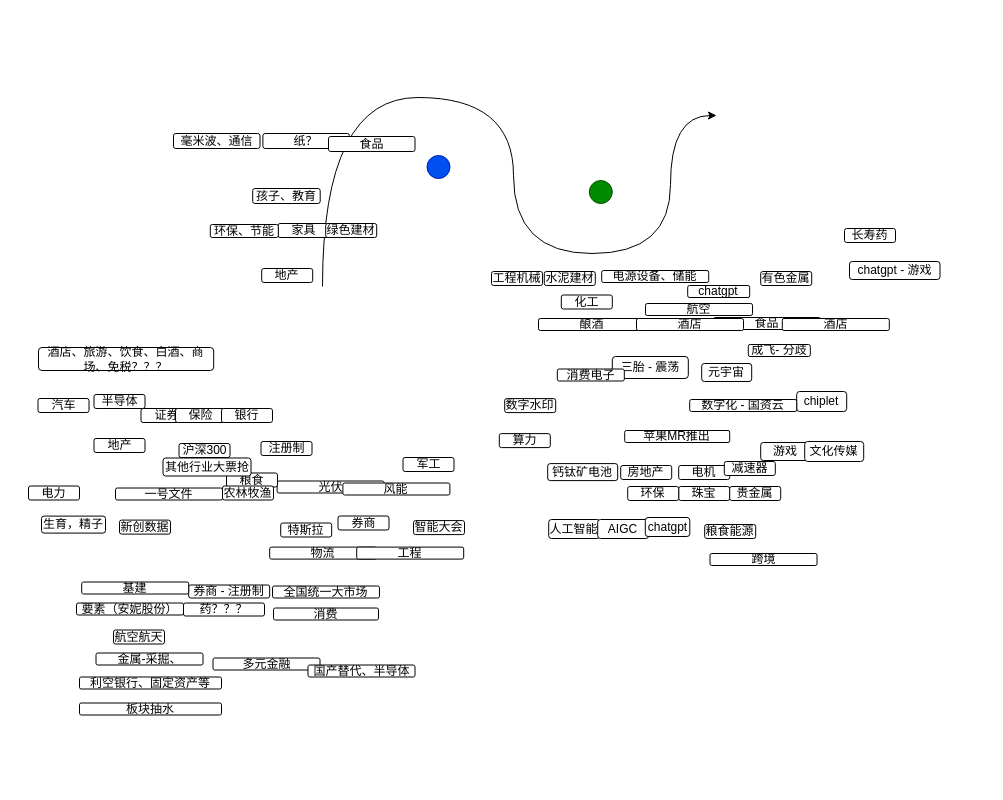
Asamiyaa/microservice-k8s-yun keeps this draw.io diagram as menus/每日头脑风暴.drawio. Above is the earlier version. Source tidied: cells renumbered, new cells numbered last; positions are measured from the earlier drawing's top-left corner, leaving out a move shared by most shapes. Both pictures are drawn from the tidied source at 100%, with x=0, y=0 at pixel (28, 97).
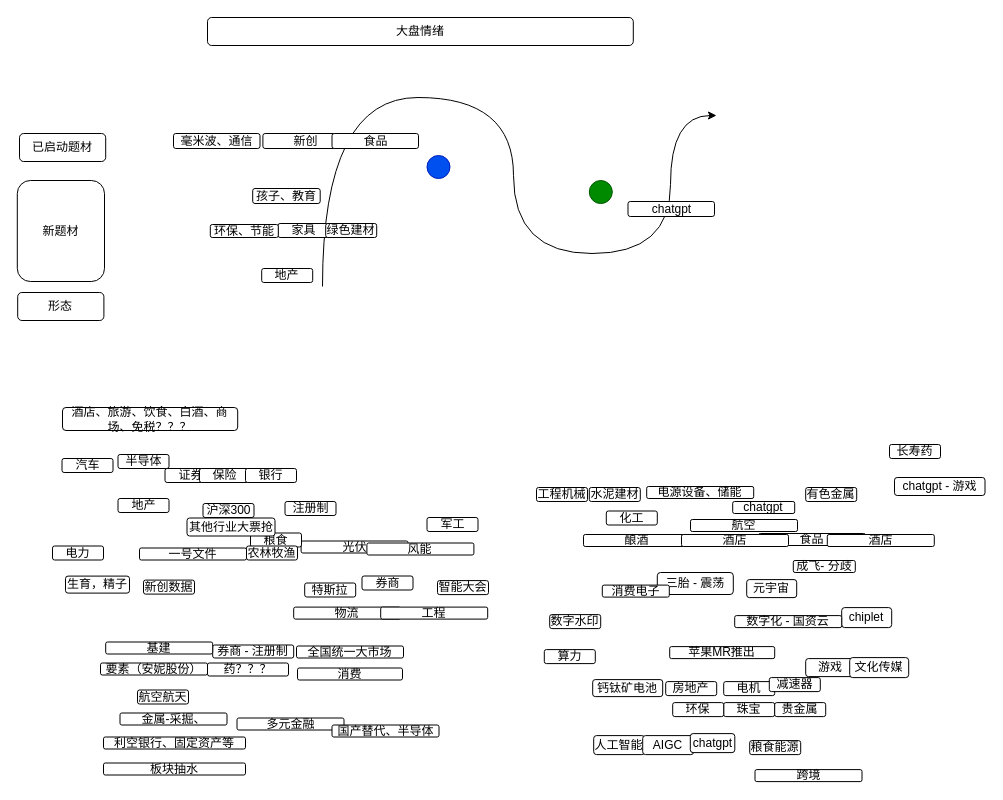
Above is the later version.

Commit message:
更新每日头脑风暴.drawio

Diff of the diagram source:
```diff
@@
     <mxCell id="2" value="人工智能" style="rounded=1;whiteSpace=wrap;html=1;" parent="1" vertex="1">
-      <mxGeometry x="520.2" y="422" width="51" height="19" as="geometry" />
+      <mxGeometry x="565.2" y="638.1" width="51" height="19" as="geometry" />
     </mxCell>
     <mxCell id="3" value="成飞- 分歧" style="rounded=1;whiteSpace=wrap;html=1;" parent="1" vertex="1">
-      <mxGeometry x="719.8" y="247" width="62" height="12" as="geometry" />
+      <mxGeometry x="764.8" y="463" width="62" height="12" as="geometry" />
     </mxCell>
     <mxCell id="4" value="三胎 - 震荡" style="rounded=1;whiteSpace=wrap;html=1;" parent="1" vertex="1">
-      <mxGeometry x="583.8" y="259" width="76" height="22" as="geometry" />
+      <mxGeometry x="628.8" y="475" width="76" height="22" as="geometry" />
     </mxCell>
     <mxCell id="5" value="汽车" style="rounded=1;whiteSpace=wrap;html=1;" parent="1" vertex="1">
-      <mxGeometry x="9.5" y="301" width="51" height="14" as="geometry" />
+      <mxGeometry x="33.5" y="361" width="51" height="14" as="geometry" />
     </mxCell>
@@
     <mxCell id="7" value="券商 - 注册制" style="rounded=1;whiteSpace=wrap;html=1;" parent="1" vertex="1">
-      <mxGeometry x="160.2" y="487.5" width="81" height="13" as="geometry" />
+      <mxGeometry x="184.2" y="547.5" width="81" height="13" as="geometry" />
     </mxCell>
     <mxCell id="8" value="金属-采掘、" style="rounded=1;whiteSpace=wrap;html=1;" parent="1" vertex="1">
-      <mxGeometry x="67.5" y="555.5" width="107" height="12" as="geometry" />
+      <mxGeometry x="91.5" y="615.5" width="107" height="12" as="geometry" />
     </mxCell>
     <mxCell id="9" value="chiplet" style="rounded=1;whiteSpace=wrap;html=1;" parent="1" vertex="1">
-      <mxGeometry x="768.2" y="294" width="50" height="20" as="geometry" />
+      <mxGeometry x="813.2" y="510.1" width="50" height="20" as="geometry" />
     </mxCell>
     <mxCell id="10" value="游戏" style="rounded=1;whiteSpace=wrap;html=1;" parent="1" vertex="1">
-      <mxGeometry x="732.2" y="345" width="50" height="18" as="geometry" />
+      <mxGeometry x="777.2" y="561.1" width="50" height="18" as="geometry" />
     </mxCell>
     <mxCell id="11" value="酒店、旅游、饮食、白酒、商场、免税？？？" style="rounded=1;whiteSpace=wrap;html=1;" parent="1" vertex="1">
-      <mxGeometry x="10" y="250" width="175.2" height="23" as="geometry" />
+      <mxGeometry x="34" y="310" width="175.2" height="23" as="geometry" />
     </mxCell>
     <mxCell id="12" value="要素（安妮股份）" style="rounded=1;whiteSpace=wrap;html=1;" parent="1" vertex="1">
-      <mxGeometry x="48" y="505.5" width="107" height="12" as="geometry" />
+      <mxGeometry x="72" y="565.5" width="107" height="12" as="geometry" />
     </mxCell>
     <mxCell id="13" value="全国统一大市场" style="rounded=1;whiteSpace=wrap;html=1;" parent="1" vertex="1">
-      <mxGeometry x="244" y="488.5" width="107" height="12" as="geometry" />
+      <mxGeometry x="268" y="548.5" width="107" height="12" as="geometry" />
     </mxCell>
     <mxCell id="14" value="多元金融" style="rounded=1;whiteSpace=wrap;html=1;" parent="1" vertex="1">
-      <mxGeometry x="184.5" y="560.5" width="107" height="12" as="geometry" />
+      <mxGeometry x="208.5" y="620.5" width="107" height="12" as="geometry" />
     </mxCell>
     <mxCell id="15" value="跨境" style="rounded=1;whiteSpace=wrap;html=1;" parent="1" vertex="1">
-      <mxGeometry x="681.5" y="456" width="107" height="12" as="geometry" />
+      <mxGeometry x="726.5" y="672.1" width="107" height="12" as="geometry" />
     </mxCell>
     <mxCell id="16" value="国产替代、半导体" style="rounded=1;whiteSpace=wrap;html=1;" parent="1" vertex="1">
-      <mxGeometry x="279.5" y="567.5" width="107" height="12" as="geometry" />
+      <mxGeometry x="303.5" y="627.5" width="107" height="12" as="geometry" />
     </mxCell>
     <mxCell id="17" value="数字化 - 国资云" style="rounded=1;whiteSpace=wrap;html=1;" parent="1" vertex="1">
-      <mxGeometry x="661.2" y="302" width="107" height="12" as="geometry" />
+      <mxGeometry x="706.2" y="518.1" width="107" height="12" as="geometry" />
     </mxCell>
     <mxCell id="18" value="基建" style="rounded=1;whiteSpace=wrap;html=1;" parent="1" vertex="1">
-      <mxGeometry x="53.2" y="484.5" width="107" height="12" as="geometry" />
+      <mxGeometry x="77.2" y="544.5" width="107" height="12" as="geometry" />
     </mxCell>
     <mxCell id="19" value="消费" style="rounded=1;whiteSpace=wrap;html=1;" parent="1" vertex="1">
-      <mxGeometry x="245" y="510.5" width="105" height="12" as="geometry" />
+      <mxGeometry x="269" y="570.5" width="105" height="12" as="geometry" />
     </mxCell>
     <mxCell id="20" value="利空银行、固定资产等" style="rounded=1;whiteSpace=wrap;html=1;" parent="1" vertex="1">
-      <mxGeometry x="51" y="579.5" width="142" height="12" as="geometry" />
+      <mxGeometry x="75" y="639.5" width="142" height="12" as="geometry" />
     </mxCell>
     <mxCell id="21" value="板块抽水" style="rounded=1;whiteSpace=wrap;html=1;" parent="1" vertex="1">
-      <mxGeometry x="51" y="605.5" width="142" height="12" as="geometry" />
+      <mxGeometry x="75" y="665.5" width="142" height="12" as="geometry" />
     </mxCell>
     <mxCell id="22" value="元宇宙" style="rounded=1;whiteSpace=wrap;html=1;" parent="1" vertex="1">
-      <mxGeometry x="673.2" y="266" width="50" height="18" as="geometry" />
+      <mxGeometry x="718.2" y="482.1" width="50" height="18" as="geometry" />
     </mxCell>
     <mxCell id="23" value="消费电子" style="rounded=1;whiteSpace=wrap;html=1;" parent="1" vertex="1">
-      <mxGeometry x="528.8" y="271.5" width="67" height="12" as="geometry" />
+      <mxGeometry x="573.8" y="487.6" width="67" height="12" as="geometry" />
     </mxCell>
     <mxCell id="24" value="药？？？" style="rounded=1;whiteSpace=wrap;html=1;" parent="1" vertex="1">
-      <mxGeometry x="155" y="505.5" width="81" height="13" as="geometry" />
+      <mxGeometry x="179" y="565.5" width="81" height="13" as="geometry" />
     </mxCell>
     <mxCell id="25" value="航空航天" style="rounded=1;whiteSpace=wrap;html=1;" parent="1" vertex="1">
-      <mxGeometry x="85" y="532.5" width="51" height="14" as="geometry" />
+      <mxGeometry x="109" y="592.5" width="51" height="14" as="geometry" />
     </mxCell>
     <mxCell id="26" value="电源设备、储能" style="rounded=1;whiteSpace=wrap;html=1;" parent="1" vertex="1">
-      <mxGeometry x="573.2" y="173" width="107" height="12" as="geometry" />
+      <mxGeometry x="618.2" y="389" width="107" height="12" as="geometry" />
     </mxCell>
     <mxCell id="27" value="军工" style="rounded=1;whiteSpace=wrap;html=1;" parent="1" vertex="1">
-      <mxGeometry x="374.5" y="360" width="51" height="14" as="geometry" />
+      <mxGeometry x="398.5" y="420" width="51" height="14" as="geometry" />
     </mxCell>
     <mxCell id="28" value="粮食能源" style="rounded=1;whiteSpace=wrap;html=1;" parent="1" vertex="1">
-      <mxGeometry x="676.2" y="427" width="51" height="14" as="geometry" />
+      <mxGeometry x="721.2" y="643.1" width="51" height="14" as="geometry" />
     </mxCell>
     <mxCell id="29" value="AIGC" style="rounded=1;whiteSpace=wrap;html=1;" parent="1" vertex="1">
-      <mxGeometry x="569.2" y="422" width="51" height="19" as="geometry" />
+      <mxGeometry x="614.2" y="638.1" width="51" height="19" as="geometry" />
     </mxCell>
     <mxCell id="30" value="chatgpt" style="rounded=1;whiteSpace=wrap;html=1;" parent="1" vertex="1">
-      <mxGeometry x="616.8" y="420" width="44.5" height="19" as="geometry" />
+      <mxGeometry x="661.8" y="636.1" width="44.5" height="19" as="geometry" />
     </mxCell>
     <mxCell id="31" value="房地产" style="rounded=1;whiteSpace=wrap;html=1;" parent="1" vertex="1">
-      <mxGeometry x="592.2" y="368" width="51" height="14" as="geometry" />
+      <mxGeometry x="637.2" y="584.1" width="51" height="14" as="geometry" />
     </mxCell>
     <mxCell id="32" value="电机" style="rounded=1;whiteSpace=wrap;html=1;" parent="1" vertex="1">
-      <mxGeometry x="650.2" y="368" width="51" height="14" as="geometry" />
+      <mxGeometry x="695.2" y="584.1" width="51" height="14" as="geometry" />
     </mxCell>
     <mxCell id="33" value="钙钛矿电池" style="rounded=1;whiteSpace=wrap;html=1;" parent="1" vertex="1">
-      <mxGeometry x="519.2" y="366.1" width="70" height="17" as="geometry" />
+      <mxGeometry x="564.2" y="582.1" width="70" height="17" as="geometry" />
     </mxCell>
     <mxCell id="34" value="珠宝" style="rounded=1;whiteSpace=wrap;html=1;" parent="1" vertex="1">
-      <mxGeometry x="650.2" y="389" width="51" height="14" as="geometry" />
+      <mxGeometry x="695.2" y="605.1" width="51" height="14" as="geometry" />
     </mxCell>
     <mxCell id="35" value="环保" style="rounded=1;whiteSpace=wrap;html=1;" parent="1" vertex="1">
-      <mxGeometry x="599.2" y="389" width="51" height="14" as="geometry" />
+      <mxGeometry x="644.2" y="605.1" width="51" height="14" as="geometry" />
     </mxCell>
     <mxCell id="36" value="文化传媒" style="rounded=1;whiteSpace=wrap;html=1;" parent="1" vertex="1">
-      <mxGeometry x="776.2" y="344" width="59" height="20" as="geometry" />
+      <mxGeometry x="821.2" y="560.1" width="59" height="20" as="geometry" />
     </mxCell>
     <mxCell id="37" value="减速器" style="rounded=1;whiteSpace=wrap;html=1;" parent="1" vertex="1">
-      <mxGeometry x="695.8" y="364" width="51" height="14" as="geometry" />
+      <mxGeometry x="740.8" y="580.1" width="51" height="14" as="geometry" />
     </mxCell>
     <mxCell id="38" value="贵金属" style="rounded=1;whiteSpace=wrap;html=1;" parent="1" vertex="1">
-      <mxGeometry x="701.2" y="389" width="51" height="14" as="geometry" />
+      <mxGeometry x="746.2" y="605.1" width="51" height="14" as="geometry" />
     </mxCell>
     <mxCell id="39" value="苹果MR推出" style="rounded=1;whiteSpace=wrap;html=1;" parent="1" vertex="1">
-      <mxGeometry x="596.2" y="333" width="105" height="12" as="geometry" />
+      <mxGeometry x="641.2" y="549.1" width="105" height="12" as="geometry" />
     </mxCell>
     <mxCell id="40" value="光伏" style="rounded=1;whiteSpace=wrap;html=1;" parent="1" vertex="1">
-      <mxGeometry x="248.6" y="383.5" width="107" height="12" as="geometry" />
+      <mxGeometry x="272.6" y="443.5" width="107" height="12" as="geometry" />
     </mxCell>
     <mxCell id="41" value="算力" style="rounded=1;whiteSpace=wrap;html=1;" parent="1" vertex="1">
-      <mxGeometry x="470.8" y="336.1" width="51" height="14" as="geometry" />
+      <mxGeometry x="515.8" y="552.1" width="51" height="14" as="geometry" />
     </mxCell>
     <mxCell id="42" value="食品" style="rounded=1;whiteSpace=wrap;html=1;" parent="1" vertex="1">
-      <mxGeometry x="685" y="220" width="107" height="12" as="geometry" />
+      <mxGeometry x="730" y="436" width="107" height="12" as="geometry" />
     </mxCell>
     <mxCell id="43" value="物流" style="rounded=1;whiteSpace=wrap;html=1;" parent="1" vertex="1">
-      <mxGeometry x="241.2" y="449.6" width="107" height="12" as="geometry" />
+      <mxGeometry x="265.2" y="509.6" width="107" height="12" as="geometry" />
     </mxCell>
     <mxCell id="44" value="酿酒" style="rounded=1;whiteSpace=wrap;html=1;" parent="1" vertex="1">
-      <mxGeometry x="510" y="221" width="107" height="12" as="geometry" />
+      <mxGeometry x="555" y="437" width="107" height="12" as="geometry" />
     </mxCell>
     <mxCell id="45" value="酒店" style="rounded=1;whiteSpace=wrap;html=1;" parent="1" vertex="1">
-      <mxGeometry x="608" y="221" width="107" height="12" as="geometry" />
+      <mxGeometry x="653" y="437" width="107" height="12" as="geometry" />
     </mxCell>
     <mxCell id="46" value="半导体" style="rounded=1;whiteSpace=wrap;html=1;" parent="1" vertex="1">
-      <mxGeometry x="65.5" y="297" width="51" height="14" as="geometry" />
+      <mxGeometry x="89.5" y="357" width="51" height="14" as="geometry" />
     </mxCell>
     <mxCell id="47" value="工程" style="rounded=1;whiteSpace=wrap;html=1;" parent="1" vertex="1">
-      <mxGeometry x="328.2" y="449.6" width="107" height="12" as="geometry" />
+      <mxGeometry x="352.2" y="509.6" width="107" height="12" as="geometry" />
     </mxCell>
@@
     <mxCell id="50" value="特斯拉" style="rounded=1;whiteSpace=wrap;html=1;" parent="1" vertex="1">
-      <mxGeometry x="252.2" y="425.5" width="51" height="14" as="geometry" />
+      <mxGeometry x="276.2" y="485.5" width="51" height="14" as="geometry" />
     </mxCell>
     <mxCell id="51" value="券商" style="rounded=1;whiteSpace=wrap;html=1;" parent="1" vertex="1">
-      <mxGeometry x="309.5" y="418.5" width="51" height="14" as="geometry" />
+      <mxGeometry x="333.5" y="478.5" width="51" height="14" as="geometry" />
     </mxCell>
     <mxCell id="52" value="地产" style="rounded=1;whiteSpace=wrap;html=1;" parent="1" vertex="1">
-      <mxGeometry x="65.5" y="341" width="51" height="14" as="geometry" />
+      <mxGeometry x="89.5" y="401" width="51" height="14" as="geometry" />
     </mxCell>
     <mxCell id="53" value="新创数据" style="rounded=1;whiteSpace=wrap;html=1;" parent="1" vertex="1">
-      <mxGeometry x="91" y="422.6" width="51" height="14" as="geometry" />
+      <mxGeometry x="115" y="482.6" width="51" height="14" as="geometry" />
     </mxCell>
     <mxCell id="54" value="智能大会" style="rounded=1;whiteSpace=wrap;html=1;" parent="1" vertex="1">
-      <mxGeometry x="385" y="423.1" width="51" height="14" as="geometry" />
+      <mxGeometry x="409" y="483.1" width="51" height="14" as="geometry" />
     </mxCell>
     <mxCell id="55" value="粮食" style="rounded=1;whiteSpace=wrap;html=1;" parent="1" vertex="1">
-      <mxGeometry x="198" y="375.5" width="51" height="14" as="geometry" />
+      <mxGeometry x="222" y="435.5" width="51" height="14" as="geometry" />
     </mxCell>
     <mxCell id="56" value="电力" style="rounded=1;whiteSpace=wrap;html=1;" parent="1" vertex="1">
-      <mxGeometry y="388.5" width="51" height="14" as="geometry" />
+      <mxGeometry x="24" y="448.5" width="51" height="14" as="geometry" />
     </mxCell>
     <mxCell id="57" value="生育，精子" style="rounded=1;whiteSpace=wrap;html=1;" parent="1" vertex="1">
-      <mxGeometry x="13" y="418.6" width="64" height="17" as="geometry" />
+      <mxGeometry x="37" y="478.6" width="64" height="17" as="geometry" />
     </mxCell>
     <mxCell id="58" value="农林牧渔" style="rounded=1;whiteSpace=wrap;html=1;" parent="1" vertex="1">
-      <mxGeometry x="194" y="388.5" width="51" height="14" as="geometry" />
+      <mxGeometry x="218" y="448.5" width="51" height="14" as="geometry" />
     </mxCell>
     <mxCell id="59" value="数字水印" style="rounded=1;whiteSpace=wrap;html=1;" parent="1" vertex="1">
-      <mxGeometry x="476.2" y="301.1" width="51" height="14" as="geometry" />
+      <mxGeometry x="521.2" y="517.1" width="51" height="14" as="geometry" />
     </mxCell>
     <mxCell id="60" value="chatgpt" style="rounded=1;whiteSpace=wrap;html=1;" parent="1" vertex="1">
-      <mxGeometry x="659.2" y="188" width="62" height="12" as="geometry" />
+      <mxGeometry x="704.2" y="404" width="62" height="12" as="geometry" />
     </mxCell>
     <mxCell id="61" value="工程机械" style="rounded=1;whiteSpace=wrap;html=1;" parent="1" vertex="1">
-      <mxGeometry x="463" y="174" width="51" height="14" as="geometry" />
+      <mxGeometry x="508" y="390" width="51" height="14" as="geometry" />
     </mxCell>
     <mxCell id="62" value="酒店" style="rounded=1;whiteSpace=wrap;html=1;" parent="1" vertex="1">
-      <mxGeometry x="753.8" y="221" width="107" height="12" as="geometry" />
+      <mxGeometry x="798.8" y="437" width="107" height="12" as="geometry" />
     </mxCell>
     <mxCell id="63" value="水泥建材" style="rounded=1;whiteSpace=wrap;html=1;" parent="1" vertex="1">
-      <mxGeometry x="515.8" y="174" width="51" height="14" as="geometry" />
+      <mxGeometry x="560.8" y="390" width="51" height="14" as="geometry" />
     </mxCell>
     <mxCell id="64" value="航空" style="rounded=1;whiteSpace=wrap;html=1;" parent="1" vertex="1">
-      <mxGeometry x="617" y="206" width="107" height="12" as="geometry" />
+      <mxGeometry x="662" y="422" width="107" height="12" as="geometry" />
     </mxCell>
     <mxCell id="65" value="风能" style="rounded=1;whiteSpace=wrap;html=1;" parent="1" vertex="1">
-      <mxGeometry x="314.4" y="385.5" width="107" height="12" as="geometry" />
+      <mxGeometry x="338.4" y="445.5" width="107" height="12" as="geometry" />
     </mxCell>
     <mxCell id="66" value="一号文件" style="rounded=1;whiteSpace=wrap;html=1;" parent="1" vertex="1">
-      <mxGeometry x="87" y="390.5" width="107" height="12" as="geometry" />
+      <mxGeometry x="111" y="450.5" width="107" height="12" as="geometry" />
     </mxCell>
@@
     <mxCell id="68" value="长寿药" style="rounded=1;whiteSpace=wrap;html=1;" parent="1" vertex="1">
-      <mxGeometry x="816" y="131" width="51" height="14" as="geometry" />
+      <mxGeometry x="861" y="347" width="51" height="14" as="geometry" />
     </mxCell>
     <mxCell id="69" value="化工" style="rounded=1;whiteSpace=wrap;html=1;" parent="1" vertex="1">
-      <mxGeometry x="532.8" y="197.5" width="51" height="14" as="geometry" />
+      <mxGeometry x="577.8" y="413.5" width="51" height="14" as="geometry" />
     </mxCell>
     <mxCell id="70" value="注册制" style="rounded=1;whiteSpace=wrap;html=1;" parent="1" vertex="1">
-      <mxGeometry x="232.5" y="344" width="51" height="14" as="geometry" />
+      <mxGeometry x="256.5" y="404" width="51" height="14" as="geometry" />
     </mxCell>
     <mxCell id="71" value="沪深300" style="rounded=1;whiteSpace=wrap;html=1;" parent="1" vertex="1">
-      <mxGeometry x="150.5" y="346" width="51" height="14" as="geometry" />
+      <mxGeometry x="174.5" y="406" width="51" height="14" as="geometry" />
     </mxCell>
     <mxCell id="72" value="chatgpt - 游戏" style="rounded=1;whiteSpace=wrap;html=1;" parent="1" vertex="1">
-      <mxGeometry x="821" y="164" width="90.5" height="18" as="geometry" />
+      <mxGeometry x="866" y="380" width="90.5" height="18" as="geometry" />
     </mxCell>
     <mxCell id="73" value="有色金属" style="rounded=1;whiteSpace=wrap;html=1;" parent="1" vertex="1">
-      <mxGeometry x="732.2" y="174" width="51" height="14" as="geometry" />
+      <mxGeometry x="777.2" y="390" width="51" height="14" as="geometry" />
     </mxCell>
     <mxCell id="74" value="证券" style="rounded=1;whiteSpace=wrap;html=1;" parent="1" vertex="1">
-      <mxGeometry x="112.5" y="311" width="51" height="14" as="geometry" />
+      <mxGeometry x="136.5" y="371" width="51" height="14" as="geometry" />
     </mxCell>
     <mxCell id="75" value="保险" style="rounded=1;whiteSpace=wrap;html=1;" parent="1" vertex="1">
-      <mxGeometry x="147" y="311" width="51" height="14" as="geometry" />
+      <mxGeometry x="171" y="371" width="51" height="14" as="geometry" />
     </mxCell>
     <mxCell id="76" value="银行" style="rounded=1;whiteSpace=wrap;html=1;" parent="1" vertex="1">
-      <mxGeometry x="193" y="311" width="51" height="14" as="geometry" />
+      <mxGeometry x="217" y="371" width="51" height="14" as="geometry" />
     </mxCell>
     <mxCell id="77" value="其他行业大票抢" style="rounded=1;whiteSpace=wrap;html=1;" parent="1" vertex="1">
-      <mxGeometry x="134.5" y="360.5" width="88" height="18" as="geometry" />
+      <mxGeometry x="158.5" y="420.5" width="88" height="18" as="geometry" />
     </mxCell>
@@
-    <mxCell id="83" value="纸？" style="rounded=1;whiteSpace=wrap;html=1;" parent="1" vertex="1">
+    <mxCell id="83" value="新创" style="rounded=1;whiteSpace=wrap;html=1;" parent="1" vertex="1">
       <mxGeometry x="234.4" y="36" width="86.5" height="15" as="geometry" />
     </mxCell>
     <mxCell id="84" value="食品" style="rounded=1;whiteSpace=wrap;html=1;" parent="1" vertex="1">
-      <mxGeometry x="300" y="39" width="86.5" height="15" as="geometry" />
+      <mxGeometry x="303.5" y="36" width="86.5" height="15" as="geometry" />
     </mxCell>
+    <mxCell id="85" value="chatgpt" style="rounded=1;whiteSpace=wrap;html=1;" parent="1" vertex="1">
+      <mxGeometry x="599.5" y="104" width="86.5" height="15" as="geometry" />
+    </mxCell>
+    <mxCell id="86" value="形态" style="rounded=1;whiteSpace=wrap;html=1;" parent="1" vertex="1">
+      <mxGeometry x="-10.8" y="195" width="86.2" height="28" as="geometry" />
+    </mxCell>
+    <mxCell id="87" value="已启动题材" style="rounded=1;whiteSpace=wrap;html=1;" parent="1" vertex="1">
+      <mxGeometry x="-9" y="36" width="86.2" height="28" as="geometry" />
+    </mxCell>
+    <mxCell id="88" value="新题材" style="rounded=1;whiteSpace=wrap;html=1;" parent="1" vertex="1">
+      <mxGeometry x="-11.2" y="83" width="87.2" height="101" as="geometry" />
+    </mxCell>
+    <mxCell id="89" value="大盘情绪" style="rounded=1;whiteSpace=wrap;html=1;" parent="1" vertex="1">
+      <mxGeometry x="179" y="-80" width="425.8" height="28" as="geometry" />
+    </mxCell>
```
